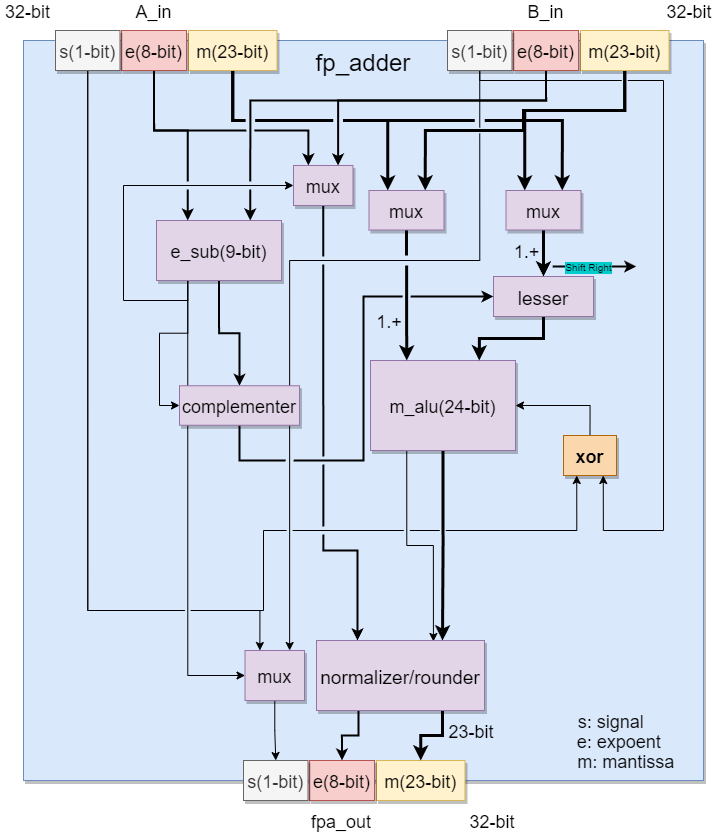
This is floating_point_adder/fp_adder_structure.png from UandersonSilva/floating_point, a draw.io export, as it was before one commit. Source tidied: cells renumbered, new cells last; positions are measured from the earlier drawing's top-left corner, leaving out a move shared by most shapes. Source of this version:
```xml
<mxGraphModel background="#ffffff">
  <root>
    <mxCell id="0" style="html=1;" />
    <mxCell id="1" style="html=1;" parent="0" />
    <mxCell id="2" style="shadow=1;fontSize=18;fillColor=#dae8fc;strokeColor=#6c8ebf;" parent="1" vertex="1">
      <mxGeometry x="23" y="40" width="680" height="740" as="geometry" />
    </mxCell>
    <mxCell id="3" style="edgeStyle=orthogonalEdgeStyle;rounded=0;jettySize=auto;html=1;exitX=0.5;exitY=1;exitDx=0;exitDy=0;entryX=0.75;entryY=0;entryDx=0;entryDy=0;strokeWidth=3;" parent="1" edge="1" source="5" target="58">
      <mxGeometry relative="1" as="geometry" />
    </mxCell>
    <mxCell id="4" style="edgeStyle=orthogonalEdgeStyle;rounded=0;jumpStyle=gap;jettySize=auto;html=1;exitX=0.25;exitY=1;exitDx=0;exitDy=0;entryX=0.696;entryY=0.014;entryDx=0;entryDy=0;entryPerimeter=0;strokeWidth=1;" parent="1" edge="1" source="5" target="58">
      <mxGeometry relative="1" as="geometry" />
    </mxCell>
    <mxCell id="5" value="m_alu(24-bit)" style="shadow=1;fontSize=18;fillColor=#e1d5e7;strokeColor=#9673a6;" parent="1" vertex="1">
      <mxGeometry x="370" y="360" width="145" height="90" as="geometry" />
    </mxCell>
    <mxCell id="6" style="edgeStyle=orthogonalEdgeStyle;rounded=0;jettySize=auto;html=1;strokeWidth=1;" parent="1" edge="1" source="7" target="46">
      <mxGeometry relative="1" as="geometry" />
    </mxCell>
    <mxCell id="7" value="mux" style="shadow=1;fontSize=18;fillColor=#e1d5e7;strokeColor=#9673a6;" parent="1" vertex="1">
      <mxGeometry x="244.5" y="650" width="59.5" height="50" as="geometry" />
    </mxCell>
    <mxCell id="8" value="fp_adder" style="text;strokeColor=none;fillColor=none;align=center;verticalAlign=middle;rounded=0;fontSize=24;" parent="1" vertex="1">
      <mxGeometry x="317.2" y="40" width="91.7" height="40" as="geometry" />
    </mxCell>
    <mxCell id="9" value="32-bit" style="text;strokeColor=none;fillColor=none;align=center;verticalAlign=middle;rounded=0;fontSize=18;" parent="1" vertex="1">
      <mxGeometry width="55" height="20" as="geometry" />
    </mxCell>
    <mxCell id="10" style="edgeStyle=orthogonalEdgeStyle;rounded=0;jumpStyle=gap;jettySize=auto;html=1;exitX=0.25;exitY=1;exitDx=0;exitDy=0;entryX=0;entryY=0.5;entryDx=0;entryDy=0;strokeWidth=1;" parent="1" edge="1" source="14" target="7">
      <mxGeometry relative="1" as="geometry">
        <Array as="points">
          <mxPoint x="187" y="675" />
        </Array>
      </mxGeometry>
    </mxCell>
    <mxCell id="11" style="edgeStyle=orthogonalEdgeStyle;rounded=0;jumpStyle=gap;jettySize=auto;html=1;exitX=0.25;exitY=1;exitDx=0;exitDy=0;entryX=0;entryY=0.5;entryDx=0;entryDy=0;strokeWidth=1;" parent="1" edge="1" source="14" target="55">
      <mxGeometry relative="1" as="geometry">
        <Array as="points">
          <mxPoint x="187" y="300" />
          <mxPoint x="123" y="300" />
          <mxPoint x="123" y="185" />
        </Array>
      </mxGeometry>
    </mxCell>
    <mxCell id="12" style="edgeStyle=orthogonalEdgeStyle;rounded=0;jumpStyle=gap;jettySize=auto;html=1;exitX=0.5;exitY=1;exitDx=0;exitDy=0;entryX=0.5;entryY=0;entryDx=0;entryDy=0;strokeWidth=2;" parent="1" edge="1" source="14" target="53">
      <mxGeometry relative="1" as="geometry" />
    </mxCell>
    <mxCell id="13" style="edgeStyle=orthogonalEdgeStyle;rounded=0;jumpStyle=gap;jettySize=auto;html=1;exitX=0.25;exitY=1;exitDx=0;exitDy=0;entryX=0;entryY=0.5;entryDx=0;entryDy=0;strokeWidth=1;" parent="1" edge="1" source="14" target="53">
      <mxGeometry relative="1" as="geometry" />
    </mxCell>
    <mxCell id="14" value="e_sub(9-bit)" style="shadow=1;fontSize=18;fillColor=#e1d5e7;strokeColor=#9673a6;" parent="1" vertex="1">
      <mxGeometry x="156" y="220" width="125" height="60" as="geometry" />
    </mxCell>
    <mxCell id="15" style="edgeStyle=orthogonalEdgeStyle;rounded=0;jettySize=auto;html=1;exitX=0.5;exitY=1;exitDx=0;exitDy=0;entryX=0.25;entryY=0;entryDx=0;entryDy=0;strokeWidth=3;fontSize=10;" parent="1" edge="1" source="17" target="41">
      <mxGeometry relative="1" as="geometry">
        <Array as="points">
          <mxPoint x="624" y="110" />
          <mxPoint x="524" y="110" />
        </Array>
      </mxGeometry>
    </mxCell>
    <mxCell id="16" style="edgeStyle=orthogonalEdgeStyle;rounded=0;jumpStyle=gap;jettySize=auto;html=1;exitX=0.5;exitY=1;exitDx=0;exitDy=0;entryX=0.75;entryY=0;entryDx=0;entryDy=0;strokeWidth=3;fontSize=10;" parent="1" edge="1" source="17" target="43">
      <mxGeometry relative="1" as="geometry">
        <Array as="points">
          <mxPoint x="624" y="110" />
          <mxPoint x="523" y="110" />
          <mxPoint x="523" y="130" />
          <mxPoint x="425" y="130" />
        </Array>
      </mxGeometry>
    </mxCell>
    <mxCell id="17" value="m(23-bit)" style="shadow=1;fontSize=18;fillColor=#fff2cc;strokeColor=#d6b656;" parent="1" vertex="1">
      <mxGeometry x="580" y="30" width="88.5" height="40" as="geometry" />
    </mxCell>
    <mxCell id="18" style="edgeStyle=orthogonalEdgeStyle;rounded=0;jumpStyle=gap;jettySize=auto;html=1;exitX=0.5;exitY=1;exitDx=0;exitDy=0;entryX=0.75;entryY=0;entryDx=0;entryDy=0;strokeWidth=3;fontSize=10;" parent="1" edge="1" source="19" target="5">
      <mxGeometry relative="1" as="geometry" />
    </mxCell>
    <mxCell id="19" value="lesser" style="shadow=1;fontSize=19;fillColor=#e1d5e7;strokeColor=#9673a6;" parent="1" vertex="1">
      <mxGeometry x="493" y="276" width="100" height="40" as="geometry" />
    </mxCell>
    <mxCell id="20" style="endArrow=classic;html=1;rounded=0;strokeWidth=2;fontSize=12;" parent="1" edge="1">
      <mxGeometry relative="1" as="geometry">
        <mxPoint x="552.2" y="266" as="sourcePoint" />
        <mxPoint x="635.8" y="266" as="targetPoint" />
      </mxGeometry>
    </mxCell>
    <mxCell id="21" value="Shift Right" style="edgeLabel;html=1;align=center;verticalAlign=middle;fontSize=10;labelBackgroundColor=#00CCCC;" parent="20" vertex="1">
      <mxGeometry relative="1" as="geometry">
        <mxPoint x="-6" as="offset" />
      </mxGeometry>
    </mxCell>
    <mxCell id="22" value="32-bit" style="text;strokeColor=none;fillColor=none;align=center;verticalAlign=middle;rounded=0;fontSize=18;" parent="1" vertex="1">
      <mxGeometry x="661.5" width="55" height="20" as="geometry" />
    </mxCell>
    <mxCell id="23" style="edgeStyle=orthogonalEdgeStyle;rounded=0;jettySize=auto;html=1;exitX=0.5;exitY=1;exitDx=0;exitDy=0;strokeWidth=2;jumpStyle=gap;entryX=0.75;entryY=0;entryDx=0;entryDy=0;" parent="1" edge="1" source="25" target="14">
      <mxGeometry relative="1" as="geometry">
        <Array as="points">
          <mxPoint x="546" y="100" />
          <mxPoint x="250" y="100" />
        </Array>
      </mxGeometry>
    </mxCell>
    <mxCell id="24" style="edgeStyle=orthogonalEdgeStyle;rounded=0;jumpStyle=gap;jettySize=auto;html=1;exitX=0.5;exitY=1;exitDx=0;exitDy=0;entryX=0.75;entryY=0;entryDx=0;entryDy=0;strokeWidth=2;" parent="1" edge="1" source="25" target="55">
      <mxGeometry relative="1" as="geometry">
        <Array as="points">
          <mxPoint x="546" y="100" />
          <mxPoint x="338" y="100" />
        </Array>
      </mxGeometry>
    </mxCell>
    <mxCell id="25" value="e(8-bit)" style="shadow=1;fontSize=18;fillColor=#f8cecc;strokeColor=#b85450;" parent="1" vertex="1">
      <mxGeometry x="513" y="30" width="65" height="40" as="geometry" />
    </mxCell>
    <mxCell id="26" style="edgeStyle=orthogonalEdgeStyle;rounded=0;jettySize=auto;html=1;exitX=0.5;exitY=1;exitDx=0;exitDy=0;entryX=0.75;entryY=0;entryDx=0;entryDy=0;strokeWidth=1;jumpStyle=gap;" parent="1" edge="1" source="28" target="7">
      <mxGeometry relative="1" as="geometry">
        <Array as="points">
          <mxPoint x="479" y="260" />
          <mxPoint x="289" y="260" />
        </Array>
      </mxGeometry>
    </mxCell>
    <mxCell id="27" style="edgeStyle=orthogonalEdgeStyle;rounded=0;jumpStyle=gap;jettySize=auto;html=1;exitX=0.5;exitY=1;exitDx=0;exitDy=0;entryX=0.75;entryY=1;entryDx=0;entryDy=0;strokeWidth=1;" parent="1" edge="1" source="28" target="50">
      <mxGeometry relative="1" as="geometry">
        <Array as="points">
          <mxPoint x="479" y="80" />
          <mxPoint x="663" y="80" />
          <mxPoint x="663" y="530" />
          <mxPoint x="603" y="530" />
        </Array>
      </mxGeometry>
    </mxCell>
    <mxCell id="28" value="s(1-bit)" style="shadow=1;fontSize=18;fillColor=#f5f5f5;strokeColor=#666666;fontColor=#333333;" parent="1" vertex="1">
      <mxGeometry x="447" y="30" width="64.5" height="40" as="geometry" />
    </mxCell>
    <mxCell id="29" style="edgeStyle=orthogonalEdgeStyle;rounded=0;jettySize=auto;html=1;exitX=0.5;exitY=1;exitDx=0;exitDy=0;entryX=0.75;entryY=0;entryDx=0;entryDy=0;strokeWidth=3;fontSize=10;jumpStyle=gap;" parent="1" edge="1" source="31" target="41">
      <mxGeometry relative="1" as="geometry">
        <Array as="points">
          <mxPoint x="232" y="120" />
          <mxPoint x="562" y="120" />
        </Array>
      </mxGeometry>
    </mxCell>
    <mxCell id="30" style="edgeStyle=orthogonalEdgeStyle;rounded=0;jumpStyle=gap;jettySize=auto;html=1;exitX=0.5;exitY=1;exitDx=0;exitDy=0;entryX=0.25;entryY=0;entryDx=0;entryDy=0;strokeWidth=3;fontSize=10;" parent="1" edge="1" source="31" target="43">
      <mxGeometry relative="1" as="geometry">
        <Array as="points">
          <mxPoint x="232" y="120" />
          <mxPoint x="387" y="120" />
        </Array>
      </mxGeometry>
    </mxCell>
    <mxCell id="31" value="m(23-bit)" style="shadow=1;fontSize=18;fillColor=#fff2cc;strokeColor=#d6b656;" parent="1" vertex="1">
      <mxGeometry x="188" y="30" width="88.5" height="40" as="geometry" />
    </mxCell>
    <mxCell id="32" style="edgeStyle=orthogonalEdgeStyle;rounded=0;jettySize=auto;html=1;exitX=0.5;exitY=1;exitDx=0;exitDy=0;entryX=0.25;entryY=0;entryDx=0;entryDy=0;strokeWidth=2;jumpStyle=gap;" parent="1" edge="1" source="34" target="14">
      <mxGeometry relative="1" as="geometry">
        <Array as="points">
          <mxPoint x="154" y="130" />
          <mxPoint x="187" y="130" />
        </Array>
      </mxGeometry>
    </mxCell>
    <mxCell id="33" style="edgeStyle=orthogonalEdgeStyle;rounded=0;jumpStyle=gap;jettySize=auto;html=1;exitX=0.5;exitY=1;exitDx=0;exitDy=0;entryX=0.25;entryY=0;entryDx=0;entryDy=0;strokeWidth=2;" parent="1" edge="1" source="34" target="55">
      <mxGeometry relative="1" as="geometry">
        <Array as="points">
          <mxPoint x="154" y="130" />
          <mxPoint x="308" y="130" />
        </Array>
      </mxGeometry>
    </mxCell>
    <mxCell id="34" value="e(8-bit)" style="shadow=1;fontSize=18;fillColor=#f8cecc;strokeColor=#b85450;" parent="1" vertex="1">
      <mxGeometry x="121" y="30" width="65" height="40" as="geometry" />
    </mxCell>
    <mxCell id="35" style="edgeStyle=orthogonalEdgeStyle;rounded=0;jettySize=auto;html=1;exitX=0.5;exitY=1;exitDx=0;exitDy=0;entryX=0.25;entryY=0;entryDx=0;entryDy=0;strokeWidth=1;jumpStyle=gap;" parent="1" edge="1" source="37" target="7">
      <mxGeometry relative="1" as="geometry">
        <Array as="points">
          <mxPoint x="87" y="610" />
          <mxPoint x="260" y="610" />
        </Array>
      </mxGeometry>
    </mxCell>
    <mxCell id="36" style="edgeStyle=orthogonalEdgeStyle;rounded=0;jumpStyle=gap;jettySize=auto;html=1;exitX=0.5;exitY=1;exitDx=0;exitDy=0;entryX=0.25;entryY=1;entryDx=0;entryDy=0;strokeWidth=1;" parent="1" edge="1" source="37" target="50">
      <mxGeometry relative="1" as="geometry">
        <Array as="points">
          <mxPoint x="87" y="610" />
          <mxPoint x="263" y="610" />
          <mxPoint x="263" y="530" />
          <mxPoint x="576" y="530" />
        </Array>
      </mxGeometry>
    </mxCell>
    <mxCell id="37" value="s(1-bit)" style="shadow=1;fontSize=18;fillColor=#f5f5f5;strokeColor=#666666;fontColor=#333333;" parent="1" vertex="1">
      <mxGeometry x="55" y="30" width="64.5" height="40" as="geometry" />
    </mxCell>
    <mxCell id="38" value="A_in" style="text;strokeColor=none;fillColor=none;align=center;verticalAlign=middle;rounded=0;fontSize=18;" parent="1" vertex="1">
      <mxGeometry x="126" width="55" height="20" as="geometry" />
    </mxCell>
    <mxCell id="39" value="B_in" style="text;strokeColor=none;fillColor=none;align=center;verticalAlign=middle;rounded=0;fontSize=18;" parent="1" vertex="1">
      <mxGeometry x="518" width="55" height="20" as="geometry" />
    </mxCell>
    <mxCell id="40" style="edgeStyle=orthogonalEdgeStyle;rounded=0;jettySize=auto;html=1;exitX=0.5;exitY=1;exitDx=0;exitDy=0;entryX=0.5;entryY=0;entryDx=0;entryDy=0;strokeWidth=3;fontSize=10;" parent="1" edge="1" source="41" target="19">
      <mxGeometry relative="1" as="geometry" />
    </mxCell>
    <mxCell id="41" value="mux" style="shadow=1;fontSize=18;fillColor=#e1d5e7;strokeColor=#9673a6;" parent="1" vertex="1">
      <mxGeometry x="505.5" y="190" width="75" height="39.5" as="geometry" />
    </mxCell>
    <mxCell id="42" style="edgeStyle=orthogonalEdgeStyle;rounded=0;jumpStyle=gap;jettySize=auto;html=1;exitX=0.5;exitY=1;exitDx=0;exitDy=0;entryX=0.25;entryY=0;entryDx=0;entryDy=0;strokeWidth=3;fontSize=10;" parent="1" edge="1" source="43" target="5">
      <mxGeometry relative="1" as="geometry" />
    </mxCell>
    <mxCell id="43" value="mux" style="shadow=1;fontSize=18;fillColor=#e1d5e7;strokeColor=#9673a6;" parent="1" vertex="1">
      <mxGeometry x="368.5" y="190" width="75" height="39.5" as="geometry" />
    </mxCell>
    <mxCell id="44" value="m(23-bit)" style="shadow=1;fontSize=18;fillColor=#fff2cc;strokeColor=#d6b656;" parent="1" vertex="1">
      <mxGeometry x="376" y="760" width="88.5" height="40" as="geometry" />
    </mxCell>
    <mxCell id="45" value="e(8-bit)" style="shadow=1;fontSize=18;fillColor=#f8cecc;strokeColor=#b85450;" parent="1" vertex="1">
      <mxGeometry x="309" y="760" width="65" height="40" as="geometry" />
    </mxCell>
    <mxCell id="46" value="s(1-bit)" style="shadow=1;fontSize=18;fillColor=#f5f5f5;strokeColor=#666666;fontColor=#333333;" parent="1" vertex="1">
      <mxGeometry x="243" y="760" width="64.5" height="40" as="geometry" />
    </mxCell>
    <mxCell id="47" value="32-bit" style="text;strokeColor=none;fillColor=none;align=center;verticalAlign=middle;rounded=0;fontSize=18;" parent="1" vertex="1">
      <mxGeometry x="464.5" y="810" width="55" height="20" as="geometry" />
    </mxCell>
    <mxCell id="48" value="fpa_out" style="text;strokeColor=none;fillColor=none;align=center;verticalAlign=middle;rounded=0;fontSize=18;" parent="1" vertex="1">
      <mxGeometry x="313.5" y="810" width="55" height="20" as="geometry" />
    </mxCell>
    <mxCell id="49" style="edgeStyle=orthogonalEdgeStyle;rounded=0;jumpStyle=gap;jettySize=auto;html=1;exitX=0.5;exitY=0;exitDx=0;exitDy=0;entryX=1;entryY=0.5;entryDx=0;entryDy=0;strokeWidth=1;" parent="1" edge="1" source="50" target="5">
      <mxGeometry relative="1" as="geometry" />
    </mxCell>
    <mxCell id="50" value="xor" style="shadow=1;fontSize=18;fillColor=#fad7ac;strokeColor=#b46504;fontStyle=1;" parent="1" vertex="1">
      <mxGeometry x="563" y="435" width="53" height="40" as="geometry" />
    </mxCell>
    <mxCell id="51" value="23-bit" style="text;strokeColor=none;fillColor=none;align=center;verticalAlign=middle;rounded=0;fontSize=18;" parent="1" vertex="1">
      <mxGeometry x="443.5" y="720" width="55" height="20" as="geometry" />
    </mxCell>
    <mxCell id="52" style="edgeStyle=orthogonalEdgeStyle;rounded=0;jumpStyle=gap;jettySize=auto;html=1;exitX=0.5;exitY=1;exitDx=0;exitDy=0;entryX=0;entryY=0.5;entryDx=0;entryDy=0;strokeWidth=2;" parent="1" edge="1" source="53" target="19">
      <mxGeometry relative="1" as="geometry">
        <Array as="points">
          <mxPoint x="239" y="460" />
          <mxPoint x="363" y="460" />
          <mxPoint x="363" y="296" />
        </Array>
      </mxGeometry>
    </mxCell>
    <mxCell id="53" value="complementer" style="shadow=1;fontSize=18;fillColor=#e1d5e7;strokeColor=#9673a6;" parent="1" vertex="1">
      <mxGeometry x="179" y="385.2" width="120" height="39.5" as="geometry" />
    </mxCell>
    <mxCell id="54" style="edgeStyle=orthogonalEdgeStyle;rounded=0;jumpStyle=gap;jettySize=auto;html=1;exitX=0.5;exitY=1;exitDx=0;exitDy=0;entryX=0.25;entryY=0;entryDx=0;entryDy=0;strokeWidth=2;" parent="1" edge="1" source="55" target="58">
      <mxGeometry relative="1" as="geometry">
        <Array as="points">
          <mxPoint x="323" y="550" />
          <mxPoint x="357" y="550" />
        </Array>
      </mxGeometry>
    </mxCell>
    <mxCell id="55" value="mux" style="shadow=1;fontSize=18;fillColor=#e1d5e7;strokeColor=#9673a6;" parent="1" vertex="1">
      <mxGeometry x="293" y="165" width="59.5" height="40" as="geometry" />
    </mxCell>
    <mxCell id="56" style="edgeStyle=orthogonalEdgeStyle;rounded=0;jumpStyle=gap;jettySize=auto;html=1;exitX=0.75;exitY=1;exitDx=0;exitDy=0;entryX=0.5;entryY=0;entryDx=0;entryDy=0;strokeWidth=3;" parent="1" edge="1" source="58" target="44">
      <mxGeometry relative="1" as="geometry" />
    </mxCell>
    <mxCell id="57" style="edgeStyle=orthogonalEdgeStyle;rounded=0;jumpStyle=gap;jettySize=auto;html=1;exitX=0.25;exitY=1;exitDx=0;exitDy=0;entryX=0.5;entryY=0;entryDx=0;entryDy=0;strokeWidth=2;" parent="1" edge="1" source="58" target="45">
      <mxGeometry relative="1" as="geometry" />
    </mxCell>
    <mxCell id="58" value="normalizer/rounder" style="shadow=1;fontSize=19;fillColor=#e1d5e7;strokeColor=#9673a6;" parent="1" vertex="1">
      <mxGeometry x="316" y="640" width="168" height="70" as="geometry" />
    </mxCell>
    <mxCell id="59" value="1.+" style="text;strokeColor=none;fillColor=none;align=center;verticalAlign=middle;rounded=0;fontSize=18;" parent="1" vertex="1">
      <mxGeometry x="374" y="310" width="30" height="20" as="geometry" />
    </mxCell>
    <mxCell id="60" value="1.+" style="text;strokeColor=none;fillColor=none;align=center;verticalAlign=middle;rounded=0;fontSize=18;" parent="1" vertex="1">
      <mxGeometry x="511.5" y="240" width="30" height="20" as="geometry" />
    </mxCell>
    <mxCell id="61" value="s: signal" style="text;strokeColor=none;fillColor=none;align=center;verticalAlign=middle;rounded=0;fontSize=18;" parent="1" vertex="1">
      <mxGeometry x="578" y="710" width="65.5" height="20" as="geometry" />
    </mxCell>
    <mxCell id="62" value="e: expoent" style="text;strokeColor=none;fillColor=none;align=center;verticalAlign=middle;rounded=0;fontSize=18;" parent="1" vertex="1">
      <mxGeometry x="576" y="730" width="85.5" height="20" as="geometry" />
    </mxCell>
    <mxCell id="63" value="m: mantissa" style="text;strokeColor=none;fillColor=none;align=center;verticalAlign=middle;rounded=0;fontSize=18;" parent="1" vertex="1">
      <mxGeometry x="573" y="750" width="105.5" height="20" as="geometry" />
    </mxCell>
  </root>
</mxGraphModel>
```
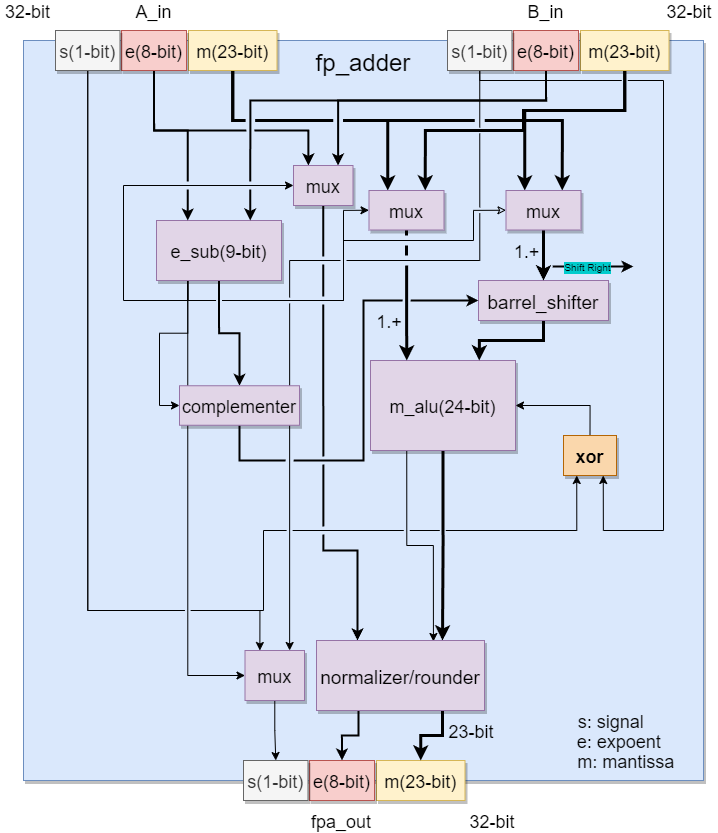
The same diagram one commit later.

Commit message:
FPA informations corrected.

Diff of the diagram source:
```diff
@@ -48,6 +48,26 @@
     <mxCell id="13" style="edgeStyle=orthogonalEdgeStyle;rounded=0;jumpStyle=gap;jettySize=auto;html=1;exitX=0.25;exitY=1;exitDx=0;exitDy=0;entryX=0;entryY=0.5;entryDx=0;entryDy=0;strokeWidth=1;" parent="1" edge="1" source="14" target="53">
       <mxGeometry relative="1" as="geometry" />
     </mxCell>
+    <mxCell id="64" style="edgeStyle=orthogonalEdgeStyle;rounded=0;jumpStyle=gap;jettySize=auto;html=1;exitX=0.25;exitY=1;exitDx=0;exitDy=0;entryX=0;entryY=0.5;entryDx=0;entryDy=0;strokeWidth=1;" parent="1" edge="1" source="14" target="43">
+      <mxGeometry relative="1" as="geometry">
+        <Array as="points">
+          <mxPoint x="187" y="300" />
+          <mxPoint x="343" y="300" />
+          <mxPoint x="343" y="210" />
+        </Array>
+      </mxGeometry>
+    </mxCell>
+    <mxCell id="65" style="edgeStyle=orthogonalEdgeStyle;rounded=0;jumpStyle=gap;jettySize=auto;html=1;exitX=0.25;exitY=1;exitDx=0;exitDy=0;strokeWidth=1;entryX=0;entryY=0.5;entryDx=0;entryDy=0;endArrow=classic;endFill=0;" parent="1" edge="1" source="14" target="41">
+      <mxGeometry relative="1" as="geometry">
+        <Array as="points">
+          <mxPoint x="187" y="300" />
+          <mxPoint x="343" y="300" />
+          <mxPoint x="343" y="240" />
+          <mxPoint x="473" y="240" />
+          <mxPoint x="473" y="210" />
+        </Array>
+      </mxGeometry>
+    </mxCell>
     <mxCell id="14" value="e_sub(9-bit)" style="shadow=1;fontSize=18;fillColor=#e1d5e7;strokeColor=#9673a6;" parent="1" vertex="1">
       <mxGeometry x="156" y="220" width="125" height="60" as="geometry" />
     </mxCell>
@@ -75,13 +95,13 @@
     <mxCell id="18" style="edgeStyle=orthogonalEdgeStyle;rounded=0;jumpStyle=gap;jettySize=auto;html=1;exitX=0.5;exitY=1;exitDx=0;exitDy=0;entryX=0.75;entryY=0;entryDx=0;entryDy=0;strokeWidth=3;fontSize=10;" parent="1" edge="1" source="19" target="5">
       <mxGeometry relative="1" as="geometry" />
     </mxCell>
-    <mxCell id="19" value="lesser" style="shadow=1;fontSize=19;fillColor=#e1d5e7;strokeColor=#9673a6;" parent="1" vertex="1">
-      <mxGeometry x="493" y="276" width="100" height="40" as="geometry" />
+    <mxCell id="19" value="barrel_shifter" style="shadow=1;fontSize=19;fillColor=#e1d5e7;strokeColor=#9673a6;" parent="1" vertex="1">
+      <mxGeometry x="478" y="280" width="130" height="40" as="geometry" />
     </mxCell>
     <mxCell id="20" style="endArrow=classic;html=1;rounded=0;strokeWidth=2;fontSize=12;" parent="1" edge="1">
       <mxGeometry relative="1" as="geometry">
         <mxPoint x="552.2" y="266" as="sourcePoint" />
-        <mxPoint x="635.8" y="266" as="targetPoint" />
+        <mxPoint x="633" y="266" as="targetPoint" />
       </mxGeometry>
     </mxCell>
     <mxCell id="21" value="Shift Right" style="edgeLabel;html=1;align=center;verticalAlign=middle;fontSize=10;labelBackgroundColor=#00CCCC;" parent="20" vertex="1">
@@ -233,12 +253,12 @@
     <mxCell id="51" value="23-bit" style="text;strokeColor=none;fillColor=none;align=center;verticalAlign=middle;rounded=0;fontSize=18;" parent="1" vertex="1">
       <mxGeometry x="443.5" y="720" width="55" height="20" as="geometry" />
     </mxCell>
-    <mxCell id="52" style="edgeStyle=orthogonalEdgeStyle;rounded=0;jumpStyle=gap;jettySize=auto;html=1;exitX=0.5;exitY=1;exitDx=0;exitDy=0;entryX=0;entryY=0.5;entryDx=0;entryDy=0;strokeWidth=2;" parent="1" edge="1" source="53" target="19">
+    <mxCell id="52" style="edgeStyle=orthogonalEdgeStyle;rounded=0;jumpStyle=gap;jettySize=auto;html=1;exitX=0.5;exitY=1;exitDx=0;exitDy=0;strokeWidth=2;entryX=0;entryY=0.5;entryDx=0;entryDy=0;" parent="1" edge="1" source="53" target="19">
       <mxGeometry relative="1" as="geometry">
         <Array as="points">
           <mxPoint x="239" y="460" />
           <mxPoint x="363" y="460" />
-          <mxPoint x="363" y="296" />
+          <mxPoint x="363" y="300" />
         </Array>
       </mxGeometry>
     </mxCell>
```
